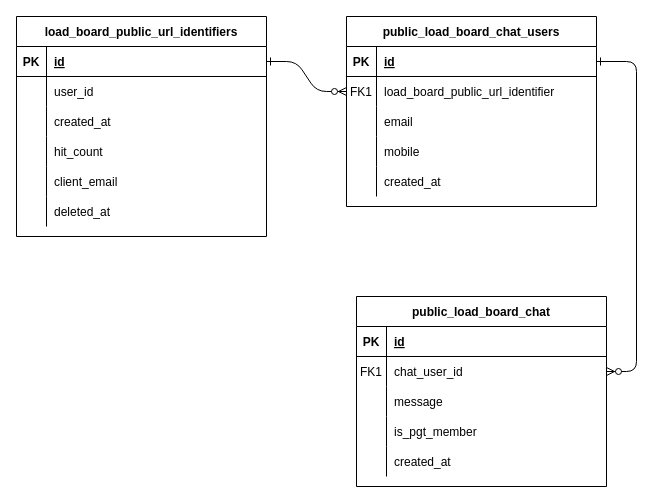
Earlier version of the draw.io diagram pgt-loadboard-chat-fea.drawio (venkat0x1/ER-Diagrams). Source tidied: cells renumbered, new cells numbered last; positions are measured from the earlier drawing's top-left corner, leaving out a move shared by most shapes. Both pictures are drawn from the tidied source at 100%, with x=0, y=0 at pixel (16, 16).
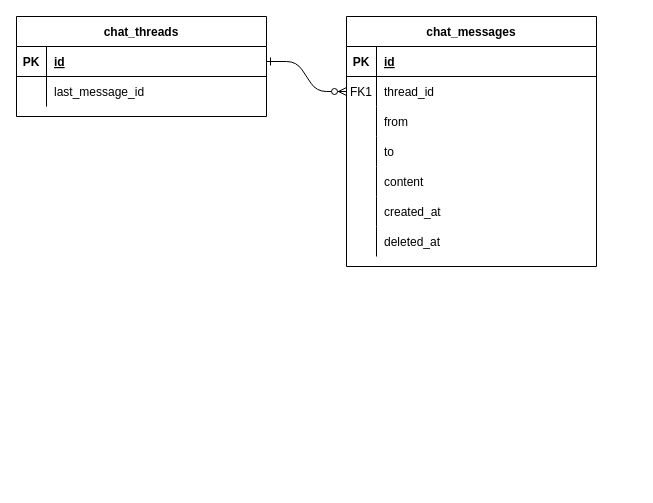
Above is the later version.

Unchanged cells that the change refers to:
```xml
<mxCell id="5" style="shape=partialRectangle;fillColor=none;points=[[0,0.5],[1,0.5]];portConstraint=eastwest;top=0;left=0;right=0;bottom=1;" parent="4" vertex="1">
  <mxGeometry y="30" width="250" height="30" as="geometry" />
</mxCell>
<mxCell id="8" style="shape=partialRectangle;fillColor=none;points=[[0,0.5],[1,0.5]];portConstraint=eastwest;top=0;left=0;right=0;bottom=0;" parent="4" vertex="1">
  <mxGeometry y="60" width="250" height="30" as="geometry" />
</mxCell>
<mxCell id="11" style="shape=partialRectangle;fillColor=none;top=0;left=0;right=0;bottom=0;" parent="4" vertex="1">
  <mxGeometry y="90" width="250" height="30" as="geometry" />
</mxCell>
<mxCell id="14" style="shape=partialRectangle;fillColor=none;top=0;left=0;right=0;bottom=0;" parent="4" vertex="1">
  <mxGeometry y="120" width="250" height="30" as="geometry" />
</mxCell>
<mxCell id="17" style="shape=partialRectangle;fillColor=none;top=0;left=0;right=0;bottom=0;" parent="4" vertex="1">
  <mxGeometry y="150" width="250" height="30" as="geometry" />
</mxCell>
<mxCell id="40" style="shape=partialRectangle;fillColor=none;top=0;left=0;right=0;bottom=0;" parent="36" vertex="1">
  <mxGeometry y="60" width="250" height="30" as="geometry" />
</mxCell>
```

The edit, as a diff of the source:
```diff
@@
-    <mxCell id="3" style="edgeStyle=entityRelationEdgeStyle;endArrow=ERzeroToMany;startArrow=ERone;endFill=1;startFill=0;" parent="1" edge="1" source="5" target="24">
-      <mxGeometry relative="1" as="geometry" />
-    </mxCell>
-    <mxCell id="4" value="public_load_board_chat_users" style="shape=table;startSize=30;childLayout=tableLayout;rowLines=0;fontStyle=1;align=center;" parent="1" vertex="1">
-      <mxGeometry x="330" width="250" height="190" as="geometry" />
+    <mxCell id="4" value="chat_messages" style="shape=table;startSize=30;childLayout=tableLayout;rowLines=0;fontStyle=1;align=center;" parent="1" vertex="1">
+      <mxGeometry x="330" width="250" height="250" as="geometry" />
     </mxCell>
@@
-    <mxCell id="10" value="load_board_public_url_identifier" style="shape=partialRectangle;overflow=hidden;fillColor=none;top=0;left=0;bottom=0;right=0;align=left;spacingLeft=6;" parent="8" vertex="1">
+    <mxCell id="10" value="thread_id" style="shape=partialRectangle;overflow=hidden;fillColor=none;top=0;left=0;bottom=0;right=0;align=left;spacingLeft=6;" parent="8" vertex="1">
       <mxGeometry x="30" width="220" height="30" as="geometry" />
     </mxCell>
@@
-    <mxCell id="13" value="email" style="shape=partialRectangle;overflow=hidden;fillColor=none;top=0;left=0;bottom=0;right=0;align=left;spacingLeft=6;" parent="11" vertex="1">
+    <mxCell id="13" value="from" style="shape=partialRectangle;overflow=hidden;fillColor=none;top=0;left=0;bottom=0;right=0;align=left;spacingLeft=6;" parent="11" vertex="1">
       <mxGeometry x="30" width="220" height="30" as="geometry" />
     </mxCell>
@@
-    <mxCell id="16" value="mobile" style="shape=partialRectangle;overflow=hidden;fillColor=none;top=0;left=0;bottom=0;right=0;align=left;spacingLeft=6;" parent="14" vertex="1">
+    <mxCell id="16" value="to" style="shape=partialRectangle;overflow=hidden;fillColor=none;top=0;left=0;bottom=0;right=0;align=left;spacingLeft=6;" parent="14" vertex="1">
       <mxGeometry x="30" width="220" height="30" as="geometry" />
     </mxCell>
@@
-    <mxCell id="19" value="created_at" style="shape=partialRectangle;overflow=hidden;fillColor=none;top=0;left=0;bottom=0;right=0;align=left;spacingLeft=6;" parent="17" vertex="1">
+    <mxCell id="19" value="content" style="shape=partialRectangle;overflow=hidden;fillColor=none;top=0;left=0;bottom=0;right=0;align=left;spacingLeft=6;" parent="17" vertex="1">
       <mxGeometry x="30" width="220" height="30" as="geometry" />
     </mxCell>
-    <mxCell id="20" value="public_load_board_chat" style="shape=table;startSize=30;childLayout=tableLayout;rowLines=0;fontStyle=1;align=center;" parent="1" vertex="1">
-      <mxGeometry x="340" y="280" width="250" height="190" as="geometry" />
-    </mxCell>
-    <mxCell id="21" style="shape=partialRectangle;fillColor=none;top=0;left=0;right=0;bottom=1;" parent="20" vertex="1">
-      <mxGeometry y="30" width="250" height="30" as="geometry" />
-    </mxCell>
-    <mxCell id="22" value="PK" style="shape=partialRectangle;overflow=hidden;fillColor=none;top=0;left=0;bottom=0;right=0;fontStyle=1;" parent="21" vertex="1">
-      <mxGeometry width="30" height="30" as="geometry" />
-    </mxCell>
-    <mxCell id="23" value="id" style="shape=partialRectangle;overflow=hidden;fillColor=none;top=0;left=0;bottom=0;right=0;align=left;spacingLeft=6;fontStyle=5;" parent="21" vertex="1">
-      <mxGeometry x="30" width="220" height="30" as="geometry" />
-    </mxCell>
-    <mxCell id="24" style="shape=partialRectangle;fillColor=none;points=[[0,0.5],[1,0.5]];portConstraint=eastwest;top=0;left=0;right=0;bottom=0;" parent="20" vertex="1">
-      <mxGeometry y="60" width="250" height="30" as="geometry" />
-    </mxCell>
-    <mxCell id="25" value="FK1" style="shape=partialRectangle;overflow=hidden;fillColor=none;top=0;left=0;bottom=0;right=0;" parent="24" vertex="1">
-      <mxGeometry width="30" height="30" as="geometry" />
-    </mxCell>
-    <mxCell id="26" value="chat_user_id" style="shape=partialRectangle;overflow=hidden;fillColor=none;top=0;left=0;bottom=0;right=0;align=left;spacingLeft=6;" parent="24" vertex="1">
-      <mxGeometry x="30" width="220" height="30" as="geometry" />
-    </mxCell>
-    <mxCell id="27" style="shape=partialRectangle;fillColor=none;top=0;left=0;right=0;bottom=0;" parent="20" vertex="1">
-      <mxGeometry y="90" width="250" height="30" as="geometry" />
-    </mxCell>
-    <mxCell id="28" style="shape=partialRectangle;overflow=hidden;fillColor=none;top=0;left=0;bottom=0;right=0;" parent="27" vertex="1">
-      <mxGeometry width="30" height="30" as="geometry" />
-    </mxCell>
-    <mxCell id="29" value="message" style="shape=partialRectangle;overflow=hidden;fillColor=none;top=0;left=0;bottom=0;right=0;align=left;spacingLeft=6;" parent="27" vertex="1">
-      <mxGeometry x="30" width="220" height="30" as="geometry" />
-    </mxCell>
-    <mxCell id="30" style="shape=partialRectangle;fillColor=none;top=0;left=0;right=0;bottom=0;" parent="20" vertex="1">
-      <mxGeometry y="120" width="250" height="30" as="geometry" />
-    </mxCell>
-    <mxCell id="31" style="shape=partialRectangle;overflow=hidden;fillColor=none;top=0;left=0;bottom=0;right=0;" parent="30" vertex="1">
-      <mxGeometry width="30" height="30" as="geometry" />
-    </mxCell>
-    <mxCell id="32" value="is_pgt_member" style="shape=partialRectangle;overflow=hidden;fillColor=none;top=0;left=0;bottom=0;right=0;align=left;spacingLeft=6;" parent="30" vertex="1">
-      <mxGeometry x="30" width="220" height="30" as="geometry" />
-    </mxCell>
-    <mxCell id="33" style="shape=partialRectangle;fillColor=none;top=0;left=0;right=0;bottom=0;" parent="20" vertex="1">
-      <mxGeometry y="150" width="250" height="30" as="geometry" />
-    </mxCell>
-    <mxCell id="34" style="shape=partialRectangle;overflow=hidden;fillColor=none;top=0;left=0;bottom=0;right=0;" parent="33" vertex="1">
-      <mxGeometry width="30" height="30" as="geometry" />
-    </mxCell>
-    <mxCell id="35" value="created_at" style="shape=partialRectangle;overflow=hidden;fillColor=none;top=0;left=0;bottom=0;right=0;align=left;spacingLeft=6;" parent="33" vertex="1">
-      <mxGeometry x="30" width="220" height="30" as="geometry" />
-    </mxCell>
+    <mxCell id="52" style="shape=partialRectangle;fillColor=none;top=0;left=0;right=0;bottom=0;" parent="4" vertex="1">
+      <mxGeometry y="180" width="250" height="30" as="geometry" />
+    </mxCell>
+    <mxCell id="55" style="shape=partialRectangle;overflow=hidden;fillColor=none;top=0;left=0;bottom=0;right=0;" parent="52" vertex="1">
+      <mxGeometry width="30" height="30" as="geometry" />
+    </mxCell>
+    <mxCell id="56" value="created_at" style="shape=partialRectangle;overflow=hidden;fillColor=none;top=0;left=0;bottom=0;right=0;align=left;spacingLeft=6;" parent="52" vertex="1">
+      <mxGeometry x="30" width="220" height="30" as="geometry" />
+    </mxCell>
+    <mxCell id="57" style="shape=partialRectangle;fillColor=none;top=0;left=0;right=0;bottom=0;" parent="4" vertex="1">
+      <mxGeometry y="210" width="250" height="30" as="geometry" />
+    </mxCell>
+    <mxCell id="58" style="shape=partialRectangle;overflow=hidden;fillColor=none;top=0;left=0;bottom=0;right=0;" parent="57" vertex="1">
+      <mxGeometry width="30" height="30" as="geometry" />
+    </mxCell>
+    <mxCell id="54" value="deleted_at" style="shape=partialRectangle;overflow=hidden;fillColor=none;top=0;left=0;bottom=0;right=0;align=left;spacingLeft=6;" parent="57" vertex="1">
+      <mxGeometry x="30" width="220" height="30" as="geometry" />
+    </mxCell>
-    <mxCell id="36" value="load_board_public_url_identifiers" style="shape=table;startSize=30;childLayout=tableLayout;rowLines=0;fontStyle=1;align=center;" parent="1" vertex="1">
-      <mxGeometry width="250" height="220" as="geometry" />
+    <mxCell id="36" value="chat_threads" style="shape=table;startSize=30;childLayout=tableLayout;rowLines=0;fontStyle=1;align=center;" parent="1" vertex="1">
+      <mxGeometry width="250" height="100" as="geometry" />
     </mxCell>
@@
-    <mxCell id="42" value="user_id" style="shape=partialRectangle;overflow=hidden;fillColor=none;top=0;left=0;bottom=0;right=0;align=left;spacingLeft=6;" parent="40" vertex="1">
+    <mxCell id="42" value="last_message_id" style="shape=partialRectangle;overflow=hidden;fillColor=none;top=0;left=0;bottom=0;right=0;align=left;spacingLeft=6;" parent="40" vertex="1">
       <mxGeometry x="30" width="220" height="30" as="geometry" />
     </mxCell>
-    <mxCell id="43" style="shape=partialRectangle;fillColor=none;top=0;left=0;right=0;bottom=0;" parent="36" vertex="1">
-      <mxGeometry y="90" width="250" height="30" as="geometry" />
-    </mxCell>
-    <mxCell id="44" style="shape=partialRectangle;overflow=hidden;fillColor=none;top=0;left=0;bottom=0;right=0;" parent="43" vertex="1">
-      <mxGeometry width="30" height="30" as="geometry" />
-    </mxCell>
-    <mxCell id="45" value="created_at" style="shape=partialRectangle;overflow=hidden;fillColor=none;top=0;left=0;bottom=0;right=0;align=left;spacingLeft=6;" parent="43" vertex="1">
-      <mxGeometry x="30" width="220" height="30" as="geometry" />
-    </mxCell>
-    <mxCell id="46" style="shape=partialRectangle;fillColor=none;top=0;left=0;right=0;bottom=0;" parent="36" vertex="1">
-      <mxGeometry y="120" width="250" height="30" as="geometry" />
-    </mxCell>
-    <mxCell id="47" style="shape=partialRectangle;overflow=hidden;fillColor=none;top=0;left=0;bottom=0;right=0;" parent="46" vertex="1">
-      <mxGeometry width="30" height="30" as="geometry" />
-    </mxCell>
-    <mxCell id="48" value="hit_count" style="shape=partialRectangle;overflow=hidden;fillColor=none;top=0;left=0;bottom=0;right=0;align=left;spacingLeft=6;" parent="46" vertex="1">
-      <mxGeometry x="30" width="220" height="30" as="geometry" />
-    </mxCell>
-    <mxCell id="49" style="shape=partialRectangle;fillColor=none;top=0;left=0;right=0;bottom=0;" parent="36" vertex="1">
-      <mxGeometry y="150" width="250" height="30" as="geometry" />
-    </mxCell>
-    <mxCell id="50" style="shape=partialRectangle;overflow=hidden;fillColor=none;top=0;left=0;bottom=0;right=0;" parent="49" vertex="1">
-      <mxGeometry width="30" height="30" as="geometry" />
-    </mxCell>
-    <mxCell id="51" value="client_email" style="shape=partialRectangle;overflow=hidden;fillColor=none;top=0;left=0;bottom=0;right=0;align=left;spacingLeft=6;" parent="49" vertex="1">
-      <mxGeometry x="30" width="220" height="30" as="geometry" />
-    </mxCell>
-    <mxCell id="52" style="shape=partialRectangle;fillColor=none;top=0;left=0;right=0;bottom=0;" parent="36" vertex="1">
-      <mxGeometry y="180" width="250" height="30" as="geometry" />
-    </mxCell>
-    <mxCell id="53" style="shape=partialRectangle;overflow=hidden;fillColor=none;top=0;left=0;bottom=0;right=0;" parent="52" vertex="1">
-      <mxGeometry width="30" height="30" as="geometry" />
-    </mxCell>
-    <mxCell id="54" value="deleted_at" style="shape=partialRectangle;overflow=hidden;fillColor=none;top=0;left=0;bottom=0;right=0;align=left;spacingLeft=6;" parent="52" vertex="1">
-      <mxGeometry x="30" width="220" height="30" as="geometry" />
-    </mxCell>
```
